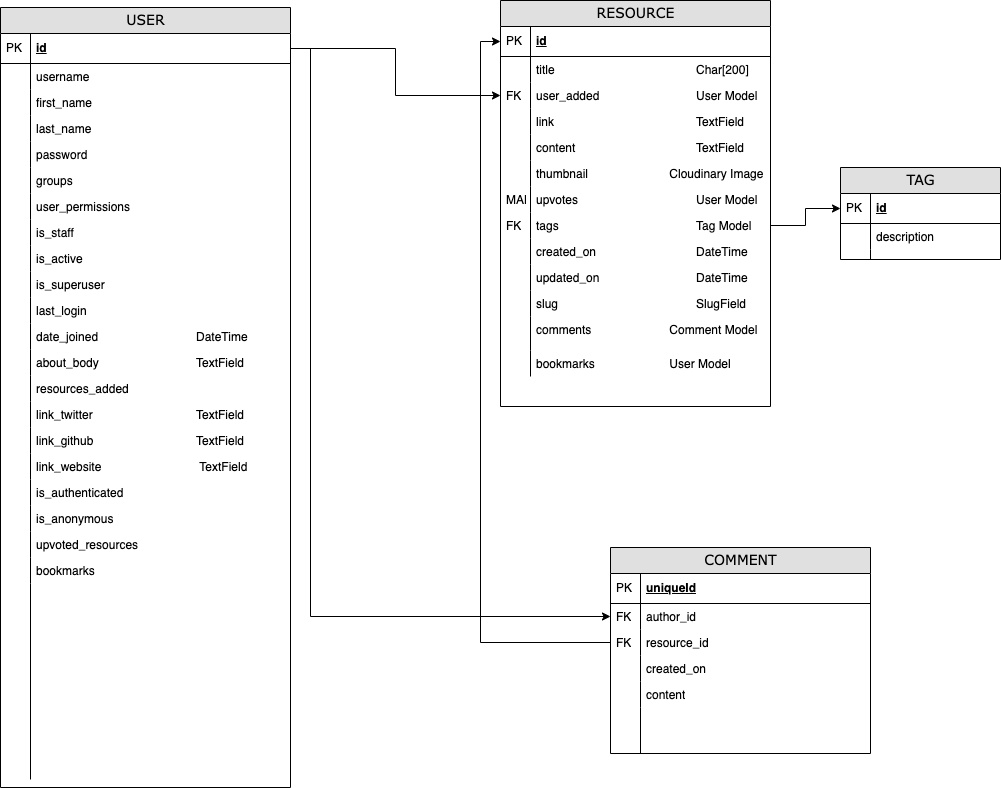
Before: docs/images/database_design.png, a diagram exported from draw.io (davidindub/designland). Source tidied: cells renumbered, new cells last; positions are measured from the earlier drawing's top-left corner, leaving out a move shared by most shapes.
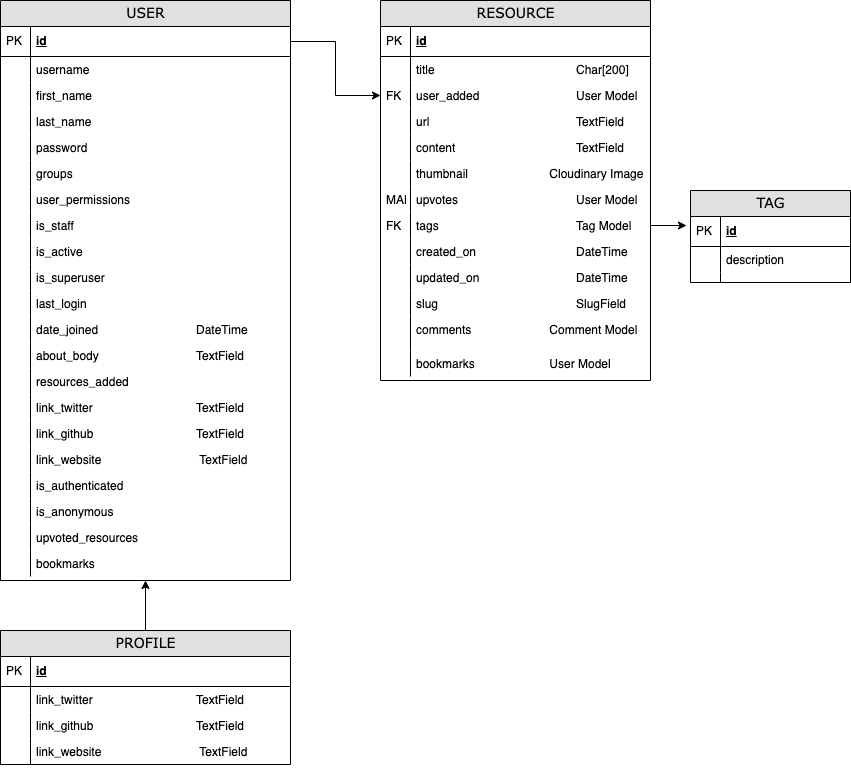
After the commit.

The edit, as a diff of the source:
```diff
@@ -3,7 +3,7 @@
     <mxCell id="0" />
     <mxCell id="1" parent="0" />
     <mxCell id="2" value="TAG" style="swimlane;html=1;fontStyle=0;horizontal=1;startSize=26;fillColor=#e0e0e0;swimlaneFillColor=#ffffff;align=center;rounded=0;shadow=0;comic=0;labelBackgroundColor=none;strokeWidth=1;fontFamily=Verdana;fontSize=14;swimlaneLine=1;" parent="1" vertex="1">
-      <mxGeometry x="840" y="167" width="160" height="92" as="geometry" />
+      <mxGeometry x="690" y="197" width="160" height="92" as="geometry" />
     </mxCell>
     <mxCell id="3" value="id" style="shape=partialRectangle;top=0;left=0;right=0;bottom=1;html=1;align=left;verticalAlign=middle;fillColor=none;spacingLeft=34;spacingRight=4;whiteSpace=wrap;overflow=hidden;points=[[0,0.5],[1,0.5]];portConstraint=eastwest;fontStyle=5;" parent="2" vertex="1">
       <mxGeometry y="26" width="160" height="30" as="geometry" />
@@ -24,7 +24,7 @@
       <mxGeometry width="30" height="10" as="geometry" />
     </mxCell>
     <mxCell id="9" value="RESOURCE" style="swimlane;html=1;fontStyle=0;horizontal=1;startSize=26;fillColor=#e0e0e0;swimlaneFillColor=#ffffff;align=center;rounded=0;shadow=0;comic=0;labelBackgroundColor=none;strokeWidth=1;fontFamily=Verdana;fontSize=14;" parent="1" vertex="1">
-      <mxGeometry x="500" width="270" height="406" as="geometry" />
+      <mxGeometry x="380" y="7" width="270" height="380" as="geometry" />
     </mxCell>
     <mxCell id="10" value="id" style="shape=partialRectangle;top=0;left=0;right=0;bottom=1;html=1;align=left;verticalAlign=middle;fillColor=none;spacingLeft=34;spacingRight=4;whiteSpace=wrap;overflow=hidden;points=[[0,0.5],[1,0.5]];portConstraint=eastwest;fontStyle=5;" parent="9" vertex="1">
       <mxGeometry y="26" width="270" height="30" as="geometry" />
@@ -44,7 +44,7 @@
     <mxCell id="15" value="FK" style="shape=partialRectangle;top=0;left=0;bottom=0;html=1;fillColor=none;align=left;verticalAlign=top;spacingLeft=4;spacingRight=4;whiteSpace=wrap;overflow=hidden;" parent="14" vertex="1">
       <mxGeometry width="30" height="26" as="geometry" />
     </mxCell>
-    <mxCell id="16" value="link&lt;span style=&quot;white-space: pre;&quot;&gt;&#9;&lt;/span&gt;&lt;span style=&quot;white-space: pre;&quot;&gt;&#9;&lt;/span&gt;&lt;span style=&quot;white-space: pre;&quot;&gt;&#9;&lt;/span&gt;&lt;span style=&quot;white-space: pre;&quot;&gt;&#9;&lt;/span&gt;&lt;span style=&quot;white-space: pre;&quot;&gt;&#9;&lt;/span&gt;&lt;span style=&quot;white-space: pre;&quot;&gt;&#9;&lt;/span&gt;TextField" style="shape=partialRectangle;top=0;left=0;right=0;bottom=0;html=1;align=left;verticalAlign=top;fillColor=none;spacingLeft=34;spacingRight=4;whiteSpace=wrap;overflow=hidden;" parent="9" vertex="1">
+    <mxCell id="16" value="url&lt;span style=&quot;white-space: pre;&quot;&gt;&#9;&lt;/span&gt;&lt;span style=&quot;white-space: pre;&quot;&gt;&#9;&lt;/span&gt;&lt;span style=&quot;white-space: pre;&quot;&gt;&#9;&lt;/span&gt;&lt;span style=&quot;white-space: pre;&quot;&gt;&#9;&lt;/span&gt;&lt;span style=&quot;white-space: pre;&quot;&gt;&#9;&lt;/span&gt;&lt;span style=&quot;white-space: pre;&quot;&gt;&#9;&lt;/span&gt;TextField" style="shape=partialRectangle;top=0;left=0;right=0;bottom=0;html=1;align=left;verticalAlign=top;fillColor=none;spacingLeft=34;spacingRight=4;whiteSpace=wrap;overflow=hidden;" parent="9" vertex="1">
       <mxGeometry y="108" width="270" height="26" as="geometry" />
     </mxCell>
     <mxCell id="17" style="shape=partialRectangle;top=0;left=0;bottom=0;html=1;fillColor=none;align=left;verticalAlign=top;spacingLeft=4;spacingRight=4;whiteSpace=wrap;overflow=hidden;" parent="16" vertex="1">
@@ -104,47 +104,8 @@
     <mxCell id="35" style="shape=partialRectangle;top=0;left=0;bottom=0;html=1;fillColor=none;align=left;verticalAlign=top;spacingLeft=4;spacingRight=4;whiteSpace=wrap;overflow=hidden;" parent="34" vertex="1">
       <mxGeometry width="30" height="26" as="geometry" />
     </mxCell>
-    <mxCell id="36" value="COMMENT" style="swimlane;html=1;fontStyle=0;horizontal=1;startSize=26;fillColor=#e0e0e0;swimlaneFillColor=#ffffff;align=center;rounded=0;shadow=0;comic=0;labelBackgroundColor=none;strokeWidth=1;fontFamily=Verdana;fontSize=14;" parent="1" vertex="1">
-      <mxGeometry x="610" y="547" width="260" height="206" as="geometry" />
-    </mxCell>
-    <mxCell id="37" value="uniqueId" style="shape=partialRectangle;top=0;left=0;right=0;bottom=1;html=1;align=left;verticalAlign=middle;fillColor=none;spacingLeft=34;spacingRight=4;whiteSpace=wrap;overflow=hidden;fontStyle=5;" parent="36" vertex="1">
-      <mxGeometry y="26" width="260" height="30" as="geometry" />
-    </mxCell>
-    <mxCell id="38" value="PK" style="shape=partialRectangle;top=0;left=0;bottom=0;html=1;fillColor=none;align=left;verticalAlign=middle;spacingLeft=4;spacingRight=4;whiteSpace=wrap;overflow=hidden;" parent="37" vertex="1">
-      <mxGeometry width="30" height="30" as="geometry" />
-    </mxCell>
-    <mxCell id="39" value="author_id" style="shape=partialRectangle;top=0;left=0;right=0;bottom=0;html=1;align=left;verticalAlign=top;fillColor=none;spacingLeft=34;spacingRight=4;whiteSpace=wrap;overflow=hidden;points=[[0,0.5],[1,0.5]];portConstraint=eastwest;" parent="36" vertex="1">
-      <mxGeometry y="56" width="260" height="26" as="geometry" />
-    </mxCell>
-    <mxCell id="40" value="FK" style="shape=partialRectangle;top=0;left=0;bottom=0;html=1;fillColor=none;align=left;verticalAlign=top;spacingLeft=4;spacingRight=4;whiteSpace=wrap;overflow=hidden;" parent="39" vertex="1">
-      <mxGeometry width="30" height="26" as="geometry" />
-    </mxCell>
-    <mxCell id="41" value="resource_id" style="shape=partialRectangle;top=0;left=0;right=0;bottom=0;html=1;align=left;verticalAlign=top;fillColor=none;spacingLeft=34;spacingRight=4;whiteSpace=wrap;overflow=hidden;points=[[0,0.5],[1,0.5]];portConstraint=eastwest;" parent="36" vertex="1">
-      <mxGeometry y="82" width="260" height="26" as="geometry" />
-    </mxCell>
-    <mxCell id="42" value="FK" style="shape=partialRectangle;top=0;left=0;bottom=0;html=1;fillColor=none;align=left;verticalAlign=top;spacingLeft=4;spacingRight=4;whiteSpace=wrap;overflow=hidden;" parent="41" vertex="1">
-      <mxGeometry width="30" height="26" as="geometry" />
-    </mxCell>
-    <mxCell id="43" value="created_on" style="shape=partialRectangle;top=0;left=0;right=0;bottom=0;html=1;align=left;verticalAlign=top;fillColor=none;spacingLeft=34;spacingRight=4;whiteSpace=wrap;overflow=hidden;" parent="36" vertex="1">
-      <mxGeometry y="108" width="260" height="26" as="geometry" />
-    </mxCell>
-    <mxCell id="44" style="shape=partialRectangle;top=0;left=0;bottom=0;html=1;fillColor=none;align=left;verticalAlign=top;spacingLeft=4;spacingRight=4;whiteSpace=wrap;overflow=hidden;" parent="43" vertex="1">
-      <mxGeometry width="30" height="26" as="geometry" />
-    </mxCell>
-    <mxCell id="45" value="content" style="shape=partialRectangle;top=0;left=0;right=0;bottom=0;html=1;align=left;verticalAlign=top;fillColor=none;spacingLeft=34;spacingRight=4;whiteSpace=wrap;overflow=hidden;" parent="36" vertex="1">
-      <mxGeometry y="134" width="260" height="26" as="geometry" />
-    </mxCell>
-    <mxCell id="46" style="shape=partialRectangle;top=0;left=0;bottom=0;html=1;fillColor=none;align=left;verticalAlign=top;spacingLeft=4;spacingRight=4;whiteSpace=wrap;overflow=hidden;" parent="45" vertex="1">
-      <mxGeometry width="30" height="26" as="geometry" />
-    </mxCell>
-    <mxCell id="47" style="shape=partialRectangle;top=0;left=0;right=0;bottom=0;html=1;align=left;verticalAlign=top;fillColor=none;spacingLeft=34;spacingRight=4;whiteSpace=wrap;overflow=hidden;" parent="36" vertex="1">
-      <mxGeometry y="160" width="260" height="46" as="geometry" />
-    </mxCell>
-    <mxCell id="48" style="shape=partialRectangle;top=0;left=0;bottom=0;html=1;fillColor=none;align=left;verticalAlign=top;spacingLeft=4;spacingRight=4;whiteSpace=wrap;overflow=hidden;" parent="47" vertex="1">
-      <mxGeometry width="30" height="46" as="geometry" />
-    </mxCell>
     <mxCell id="49" value="USER" style="swimlane;html=1;fontStyle=0;horizontal=1;startSize=26;fillColor=#e0e0e0;swimlaneFillColor=#ffffff;align=center;rounded=0;shadow=0;comic=0;labelBackgroundColor=none;strokeWidth=1;fontFamily=Verdana;fontSize=14;" parent="1" vertex="1">
-      <mxGeometry y="7" width="290" height="780" as="geometry" />
+      <mxGeometry y="7" width="290" height="580" as="geometry" />
     </mxCell>
     <mxCell id="50" value="id" style="shape=partialRectangle;top=0;left=0;right=0;bottom=1;html=1;align=left;verticalAlign=middle;fillColor=none;spacingLeft=34;spacingRight=4;whiteSpace=wrap;overflow=hidden;points=[[0,0.5],[1,0.5]];portConstraint=eastwest;fontStyle=5;" parent="49" vertex="1">
       <mxGeometry y="26" width="290" height="30" as="geometry" />
@@ -272,27 +233,40 @@
     <mxCell id="91" style="shape=partialRectangle;top=0;left=0;bottom=0;html=1;fillColor=none;align=left;verticalAlign=top;spacingLeft=4;spacingRight=4;whiteSpace=wrap;overflow=hidden;" parent="90" vertex="1">
       <mxGeometry width="30" height="26" as="geometry" />
     </mxCell>
-    <mxCell id="92" style="shape=partialRectangle;top=0;left=0;right=0;bottom=0;html=1;align=left;verticalAlign=top;fillColor=none;spacingLeft=34;spacingRight=4;whiteSpace=wrap;overflow=hidden;" parent="49" vertex="1">
-      <mxGeometry y="576" width="290" height="196" as="geometry" />
-    </mxCell>
-    <mxCell id="93" style="shape=partialRectangle;top=0;left=0;bottom=0;html=1;fillColor=none;align=left;verticalAlign=top;spacingLeft=4;spacingRight=4;whiteSpace=wrap;overflow=hidden;" parent="92" vertex="1">
-      <mxGeometry width="30" height="196" as="geometry" />
-    </mxCell>
     <mxCell id="94" style="edgeStyle=orthogonalEdgeStyle;rounded=0;jettySize=auto;html=1;entryX=0;entryY=0.5;entryDx=0;entryDy=0;" parent="1" edge="1" source="50" target="14">
       <mxGeometry relative="1" as="geometry" />
     </mxCell>
-    <mxCell id="95" style="edgeStyle=orthogonalEdgeStyle;rounded=0;jettySize=auto;html=1;" parent="1" edge="1" source="50" target="39">
-      <mxGeometry relative="1" as="geometry">
-        <Array as="points">
-          <mxPoint x="310" y="48" />
-          <mxPoint x="310" y="616" />
-        </Array>
-      </mxGeometry>
-    </mxCell>
-    <mxCell id="96" style="edgeStyle=orthogonalEdgeStyle;rounded=0;jettySize=auto;html=1;exitX=0;exitY=0.5;exitDx=0;exitDy=0;entryX=0;entryY=0.5;entryDx=0;entryDy=0;" parent="1" edge="1" source="41" target="10">
-      <mxGeometry relative="1" as="geometry" />
-    </mxCell>
+    <mxCell id="98" style="edgeStyle=orthogonalEdgeStyle;rounded=0;jettySize=auto;html=1;entryX=0.5;entryY=1;entryDx=0;entryDy=0;" parent="1" edge="1" source="99" target="49">
+      <mxGeometry relative="1" as="geometry" />
+    </mxCell>
+    <mxCell id="99" value="PROFILE" style="swimlane;html=1;fontStyle=0;horizontal=1;startSize=26;fillColor=#e0e0e0;swimlaneFillColor=#ffffff;align=center;rounded=0;shadow=0;comic=0;labelBackgroundColor=none;strokeWidth=1;fontFamily=Verdana;fontSize=14;" parent="1" vertex="1">
+      <mxGeometry y="637" width="290" height="134" as="geometry" />
+    </mxCell>
+    <mxCell id="100" value="id" style="shape=partialRectangle;top=0;left=0;right=0;bottom=1;html=1;align=left;verticalAlign=middle;fillColor=none;spacingLeft=34;spacingRight=4;whiteSpace=wrap;overflow=hidden;fontStyle=5;" parent="99" vertex="1">
+      <mxGeometry y="26" width="290" height="30" as="geometry" />
+    </mxCell>
+    <mxCell id="38" value="PK" style="shape=partialRectangle;top=0;left=0;bottom=0;html=1;fillColor=none;align=left;verticalAlign=middle;spacingLeft=4;spacingRight=4;whiteSpace=wrap;overflow=hidden;" parent="100" vertex="1">
+      <mxGeometry width="30" height="30" as="geometry" />
+    </mxCell>
+    <mxCell id="101" value="link_twitter&lt;span style=&quot;white-space: pre;&quot;&gt;&#9;&lt;/span&gt;&lt;span style=&quot;white-space: pre;&quot;&gt;&#9;&lt;/span&gt;&lt;span style=&quot;white-space: pre;&quot;&gt;&#9;&lt;/span&gt;&lt;span style=&quot;white-space: pre;&quot;&gt;&#9;&lt;/span&gt;TextField" style="shape=partialRectangle;top=0;left=0;right=0;bottom=0;html=1;align=left;verticalAlign=top;fillColor=none;spacingLeft=34;spacingRight=4;whiteSpace=wrap;overflow=hidden;" parent="99" vertex="1">
+      <mxGeometry y="56" width="290" height="26" as="geometry" />
+    </mxCell>
+    <mxCell id="102" style="shape=partialRectangle;top=0;left=0;bottom=0;html=1;fillColor=none;align=left;verticalAlign=top;spacingLeft=4;spacingRight=4;whiteSpace=wrap;overflow=hidden;" parent="101" vertex="1">
+      <mxGeometry width="30" height="26" as="geometry" />
+    </mxCell>
+    <mxCell id="103" value="link_github&lt;span style=&quot;&quot;&gt;&#9;&lt;span style=&quot;white-space: pre;&quot;&gt;&#9;&lt;/span&gt;&lt;span style=&quot;white-space: pre;&quot;&gt;&#9;&lt;/span&gt;&lt;span style=&quot;white-space: pre;&quot;&gt;&#9;&lt;/span&gt;&lt;span style=&quot;white-space: pre;&quot;&gt;&#9;&lt;/span&gt;&lt;/span&gt;TextField" style="shape=partialRectangle;top=0;left=0;right=0;bottom=0;html=1;align=left;verticalAlign=top;fillColor=none;spacingLeft=34;spacingRight=4;whiteSpace=wrap;overflow=hidden;" parent="99" vertex="1">
+      <mxGeometry y="82" width="290" height="26" as="geometry" />
+    </mxCell>
+    <mxCell id="104" style="shape=partialRectangle;top=0;left=0;bottom=0;html=1;fillColor=none;align=left;verticalAlign=top;spacingLeft=4;spacingRight=4;whiteSpace=wrap;overflow=hidden;" parent="103" vertex="1">
+      <mxGeometry width="30" height="26" as="geometry" />
+    </mxCell>
+    <mxCell id="105" value="link_website&lt;span style=&quot;&quot;&gt;&#9;&lt;span style=&quot;white-space: pre;&quot;&gt;&#9;&lt;/span&gt;&lt;span style=&quot;white-space: pre;&quot;&gt;&#9;&lt;/span&gt;&lt;span style=&quot;white-space: pre;&quot;&gt;&#9;&lt;/span&gt;&lt;span style=&quot;white-space: pre;&quot;&gt;&#9;&lt;/span&gt;&lt;/span&gt;&lt;span style=&quot;&quot;&gt;&#9;&lt;/span&gt;&lt;span style=&quot;&quot;&gt;&#9;&lt;/span&gt;&lt;span style=&quot;&quot;&gt;&#9;&lt;/span&gt;TextField" style="shape=partialRectangle;top=0;left=0;right=0;bottom=0;html=1;align=left;verticalAlign=top;fillColor=none;spacingLeft=34;spacingRight=4;whiteSpace=wrap;overflow=hidden;" parent="99" vertex="1">
+      <mxGeometry y="108" width="290" height="26" as="geometry" />
+    </mxCell>
+    <mxCell id="106" style="shape=partialRectangle;top=0;left=0;bottom=0;html=1;fillColor=none;align=left;verticalAlign=top;spacingLeft=4;spacingRight=4;whiteSpace=wrap;overflow=hidden;" parent="105" vertex="1">
+      <mxGeometry width="30" height="26" as="geometry" />
+    </mxCell>
-    <mxCell id="97" style="edgeStyle=orthogonalEdgeStyle;rounded=0;jettySize=auto;html=1;exitX=1;exitY=0.5;exitDx=0;exitDy=0;entryX=0;entryY=0.5;entryDx=0;entryDy=0;" parent="1" edge="1" source="24" target="3">
+    <mxCell id="97" style="edgeStyle=orthogonalEdgeStyle;rounded=0;jettySize=auto;html=1;exitX=1;exitY=0.5;exitDx=0;exitDy=0;entryX=-0.025;entryY=0.267;entryDx=0;entryDy=0;entryPerimeter=0;" parent="1" edge="1" source="24" target="3">
       <mxGeometry relative="1" as="geometry" />
     </mxCell>
   </root>
```
